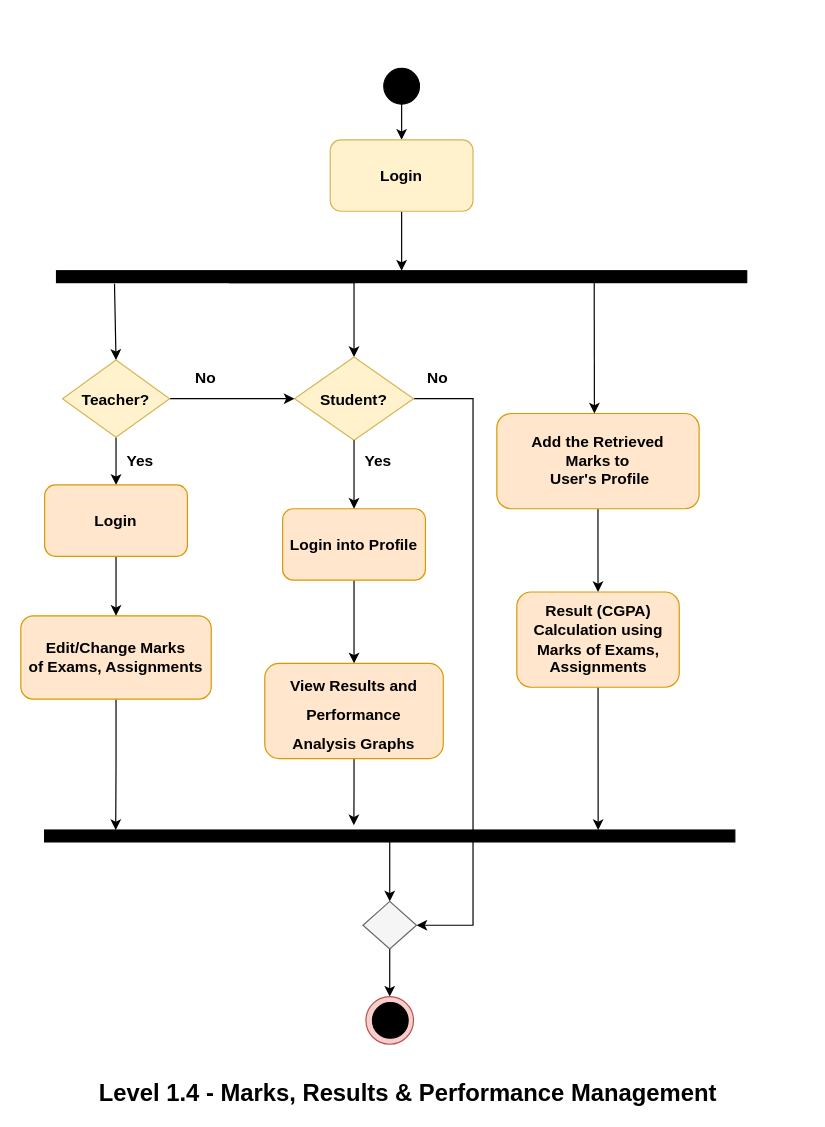
Before: page "Activity 1.4" (20 of 40) of Diagrams.drawio in shirrsho/E-shcool, a draw.io diagram. Source tidied: cells renumbered, new cells numbered last; positions are measured from the earlier drawing's top-left corner, leaving out a move shared by most shapes. Both pictures are drawn from the tidied source at 119%, with x=0, y=0 at pixel (20, 68).
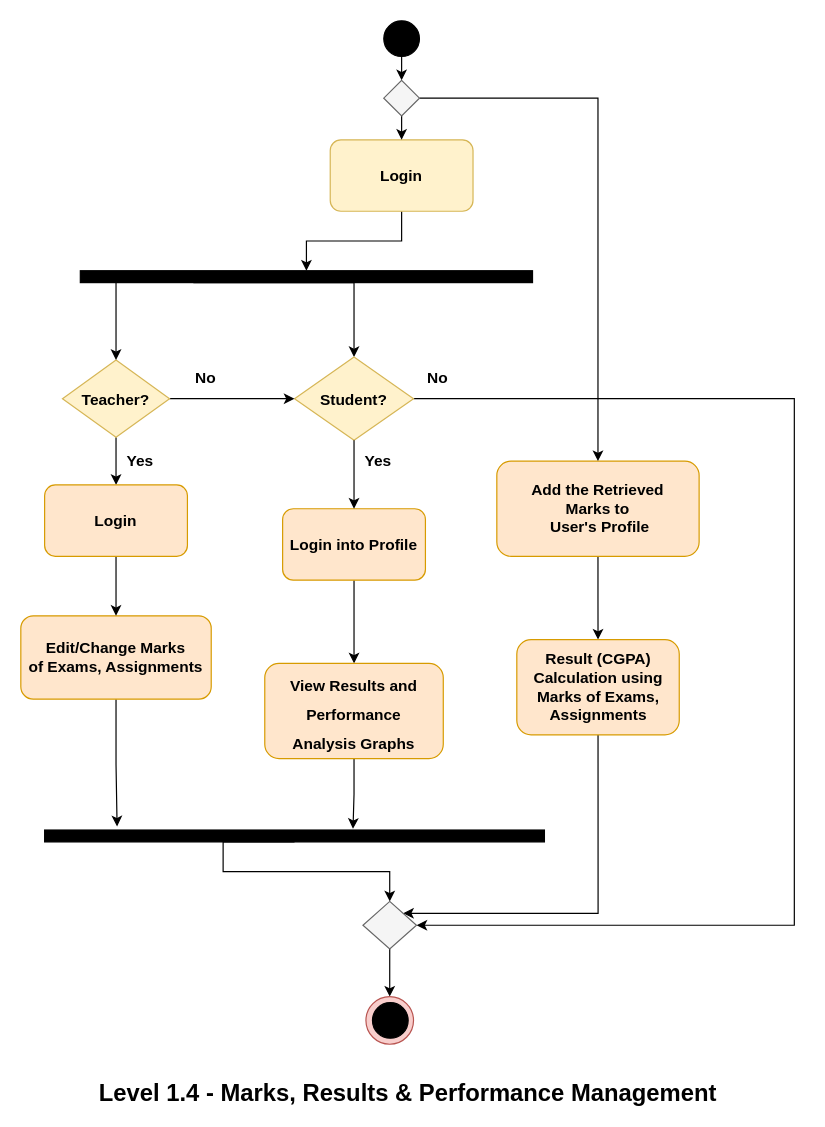
After the change.

Unchanged cells that the change refers to:
```xml
<mxCell id="12" value="&lt;b&gt;Student?&lt;/b&gt;" style="rhombus;whiteSpace=wrap;html=1;fontSize=13;fillColor=#fff2cc;strokeColor=#d6b656;" parent="1" vertex="1">
  <mxGeometry x="230" y="242.5" width="100" height="70" as="geometry" />
</mxCell>
<mxCell id="17" value="&lt;b&gt;&lt;font style=&quot;font-size: 13px&quot;&gt;View Results and Performance &lt;br&gt;Analysis Graphs&lt;/font&gt;&lt;/b&gt;" style="rounded=1;whiteSpace=wrap;html=1;fontSize=20;fillColor=#ffe6cc;strokeColor=#d79b00;" parent="1" vertex="1">
  <mxGeometry x="205" y="500" width="150" height="80" as="geometry" />
</mxCell>
<mxCell id="19" style="rhombus;whiteSpace=wrap;html=1;fontSize=13;fillColor=#f5f5f5;fontColor=#333333;strokeColor=#666666;" parent="1" vertex="1">
  <mxGeometry x="287.5" y="700" width="45" height="40" as="geometry" />
</mxCell>
<mxCell id="24" value="&lt;b&gt;Teacher?&lt;/b&gt;" style="rhombus;whiteSpace=wrap;html=1;fontSize=13;fillColor=#fff2cc;strokeColor=#d6b656;" parent="1" vertex="1">
  <mxGeometry x="35" y="245" width="90" height="65" as="geometry" />
</mxCell>
<mxCell id="27" value="&lt;b&gt;Edit/Change Marks&lt;br&gt;of Exams, Assignments&lt;/b&gt;" style="rounded=1;whiteSpace=wrap;html=1;fontSize=13;fillColor=#ffe6cc;strokeColor=#d79b00;" parent="1" vertex="1">
  <mxGeometry y="460" width="160" height="70" as="geometry" />
</mxCell>
<mxCell id="34" value="&lt;b&gt;Login&lt;/b&gt;" style="rounded=1;whiteSpace=wrap;html=1;fontSize=13;fillColor=#fff2cc;strokeColor=#d6b656;" parent="1" vertex="1">
  <mxGeometry x="260" y="60" width="120" height="60" as="geometry" />
</mxCell>
```

The edit, as a diff of the source:
```diff
@@
-    <mxCell id="3" style="edgeStyle=orthogonalEdgeStyle;rounded=0;jettySize=auto;html=1;exitX=0.5;exitY=1;exitDx=0;exitDy=0;entryX=0.5;entryY=0;entryDx=0;entryDy=0;fontSize=13;" parent="1" edge="1" source="4" target="34">
-      <mxGeometry relative="1" as="geometry" />
-    </mxCell>
+    <mxCell id="39" style="edgeStyle=orthogonalEdgeStyle;rounded=0;jettySize=auto;html=1;exitX=0.5;exitY=1;exitDx=0;exitDy=0;entryX=0.5;entryY=0;entryDx=0;entryDy=0;" parent="1" edge="1" source="4" target="43">
+      <mxGeometry relative="1" as="geometry" />
+    </mxCell>
     <mxCell id="4" style="ellipse;whiteSpace=wrap;html=1;fillColor=#000000;" parent="1" vertex="1">
-      <mxGeometry x="305" width="30" height="30" as="geometry" />
+      <mxGeometry x="305" y="-40" width="30" height="30" as="geometry" />
     </mxCell>
@@
     <mxCell id="6" value="&lt;b&gt;Add the Retrieved &lt;br&gt;Marks to&lt;br&gt;&amp;nbsp;User's Profile&lt;/b&gt;" style="rounded=1;whiteSpace=wrap;html=1;fontSize=13;fillColor=#ffe6cc;strokeColor=#d79b00;" parent="1" vertex="1">
-      <mxGeometry x="400" y="290" width="170" height="80" as="geometry" />
+      <mxGeometry x="400" y="330" width="170" height="80" as="geometry" />
     </mxCell>
-    <mxCell id="7" style="edgeStyle=orthogonalEdgeStyle;rounded=0;jettySize=auto;html=1;exitX=0.5;exitY=1;exitDx=0;exitDy=0;entryX=0.802;entryY=0;entryDx=0;entryDy=0;entryPerimeter=0;fontSize=13;" parent="1" edge="1" source="8" target="32">
-      <mxGeometry relative="1" as="geometry" />
-    </mxCell>
+    <mxCell id="40" style="edgeStyle=orthogonalEdgeStyle;rounded=0;jettySize=auto;html=1;exitX=0.5;exitY=1;exitDx=0;exitDy=0;entryX=1;entryY=0;entryDx=0;entryDy=0;" parent="1" edge="1" source="8" target="19">
+      <mxGeometry relative="1" as="geometry">
+        <Array as="points">
+          <mxPoint x="485" y="710" />
+        </Array>
+      </mxGeometry>
+    </mxCell>
     <mxCell id="8" value="&lt;b&gt;Result (CGPA) Calculation using Marks of Exams, Assignments&lt;/b&gt;" style="rounded=1;whiteSpace=wrap;html=1;fontSize=13;fillColor=#ffe6cc;strokeColor=#d79b00;" parent="1" vertex="1">
-      <mxGeometry x="416.8" y="440" width="136.5" height="80" as="geometry" />
+      <mxGeometry x="416.8" y="480" width="136.5" height="80" as="geometry" />
     </mxCell>
@@
     <mxCell id="10" style="rounded=0;whiteSpace=wrap;html=1;fillColor=#000000;" parent="1" vertex="1">
-      <mxGeometry x="30" y="170" width="580" height="10" as="geometry" />
+      <mxGeometry x="50" y="170" width="380" height="10" as="geometry" />
     </mxCell>
     <mxCell id="11" style="edgeStyle=orthogonalEdgeStyle;rounded=0;jettySize=auto;html=1;exitX=1;exitY=0.5;exitDx=0;exitDy=0;entryX=1;entryY=0.5;entryDx=0;entryDy=0;fontSize=13;" parent="1" edge="1" source="12" target="19">
       <mxGeometry relative="1" as="geometry">
         <Array as="points">
-          <mxPoint x="380" y="278" />
-          <mxPoint x="380" y="720" />
+          <mxPoint x="650" y="278" />
+          <mxPoint x="650" y="720" />
         </Array>
       </mxGeometry>
     </mxCell>
@@
     <mxCell id="15" style="edgeStyle=orthogonalEdgeStyle;rounded=0;jettySize=auto;html=1;exitX=0.5;exitY=1;exitDx=0;exitDy=0;entryX=0.5;entryY=0;entryDx=0;entryDy=0;fontSize=13;startArrow=none;" parent="1" edge="1" source="32" target="19">
-      <mxGeometry relative="1" as="geometry" />
+      <mxGeometry relative="1" as="geometry">
+        <Array as="points">
+          <mxPoint x="170" y="650" />
+          <mxPoint x="170" y="675" />
+          <mxPoint x="310" y="675" />
+        </Array>
+      </mxGeometry>
     </mxCell>
-    <mxCell id="16" style="edgeStyle=orthogonalEdgeStyle;rounded=0;jettySize=auto;html=1;exitX=0.5;exitY=1;exitDx=0;exitDy=0;entryX=0.448;entryY=-0.4;entryDx=0;entryDy=0;entryPerimeter=0;fontSize=13;" parent="1" edge="1" source="17" target="32">
+    <mxCell id="16" style="edgeStyle=orthogonalEdgeStyle;rounded=0;jettySize=auto;html=1;exitX=0.5;exitY=1;exitDx=0;exitDy=0;entryX=0.617;entryY=-0.1;entryDx=0;entryDy=0;entryPerimeter=0;" parent="1" edge="1" source="17" target="32">
       <mxGeometry relative="1" as="geometry" />
     </mxCell>
@@
-    <mxCell id="25" style="endArrow=classic;html=1;rounded=0;fontSize=13;exitX=0.084;exitY=1.1;exitDx=0;exitDy=0;exitPerimeter=0;entryX=0.5;entryY=0;entryDx=0;entryDy=0;" parent="1" edge="1" source="10" target="24">
-      <mxGeometry relative="1" as="geometry" />
+    <mxCell id="25" style="endArrow=classic;html=1;rounded=0;fontSize=13;entryX=0.5;entryY=0;entryDx=0;entryDy=0;" parent="1" edge="1" target="24">
+      <mxGeometry relative="1" as="geometry">
+        <mxPoint x="80" y="180" as="sourcePoint" />
+      </mxGeometry>
     </mxCell>
-    <mxCell id="26" style="edgeStyle=orthogonalEdgeStyle;rounded=0;jettySize=auto;html=1;exitX=0.5;exitY=1;exitDx=0;exitDy=0;entryX=0.103;entryY=0;entryDx=0;entryDy=0;entryPerimeter=0;fontSize=13;" parent="1" edge="1" source="27" target="32">
+    <mxCell id="26" style="edgeStyle=orthogonalEdgeStyle;rounded=0;jettySize=auto;html=1;exitX=0.5;exitY=1;exitDx=0;exitDy=0;entryX=0.145;entryY=-0.3;entryDx=0;entryDy=0;entryPerimeter=0;" parent="1" edge="1" source="27" target="32">
       <mxGeometry relative="1" as="geometry" />
     </mxCell>
@@
-    <mxCell id="31" style="endArrow=classic;html=1;rounded=0;fontSize=13;exitX=0.779;exitY=0.9;exitDx=0;exitDy=0;exitPerimeter=0;" parent="1" edge="1" source="10">
-      <mxGeometry relative="1" as="geometry">
-        <mxPoint x="482" y="290" as="targetPoint" />
-      </mxGeometry>
-    </mxCell>
     <mxCell id="32" style="rounded=0;whiteSpace=wrap;html=1;fillColor=#000000;" parent="1" vertex="1">
-      <mxGeometry x="20" y="640" width="580" height="10" as="geometry" />
+      <mxGeometry x="20" y="640" width="420" height="10" as="geometry" />
     </mxCell>
@@
+    <mxCell id="41" style="edgeStyle=orthogonalEdgeStyle;rounded=0;jettySize=auto;html=1;exitX=0.5;exitY=1;exitDx=0;exitDy=0;entryX=0.5;entryY=0;entryDx=0;entryDy=0;" parent="1" edge="1" source="43" target="34">
+      <mxGeometry relative="1" as="geometry" />
+    </mxCell>
+    <mxCell id="42" style="edgeStyle=orthogonalEdgeStyle;rounded=0;jettySize=auto;html=1;exitX=1;exitY=0.5;exitDx=0;exitDy=0;entryX=0.5;entryY=0;entryDx=0;entryDy=0;" parent="1" edge="1" source="43" target="6">
+      <mxGeometry relative="1" as="geometry" />
+    </mxCell>
+    <mxCell id="43" style="rhombus;whiteSpace=wrap;html=1;fillColor=#f5f5f5;fontColor=#333333;strokeColor=#666666;" parent="1" vertex="1">
+      <mxGeometry x="305" y="10" width="30" height="30" as="geometry" />
+    </mxCell>
```
